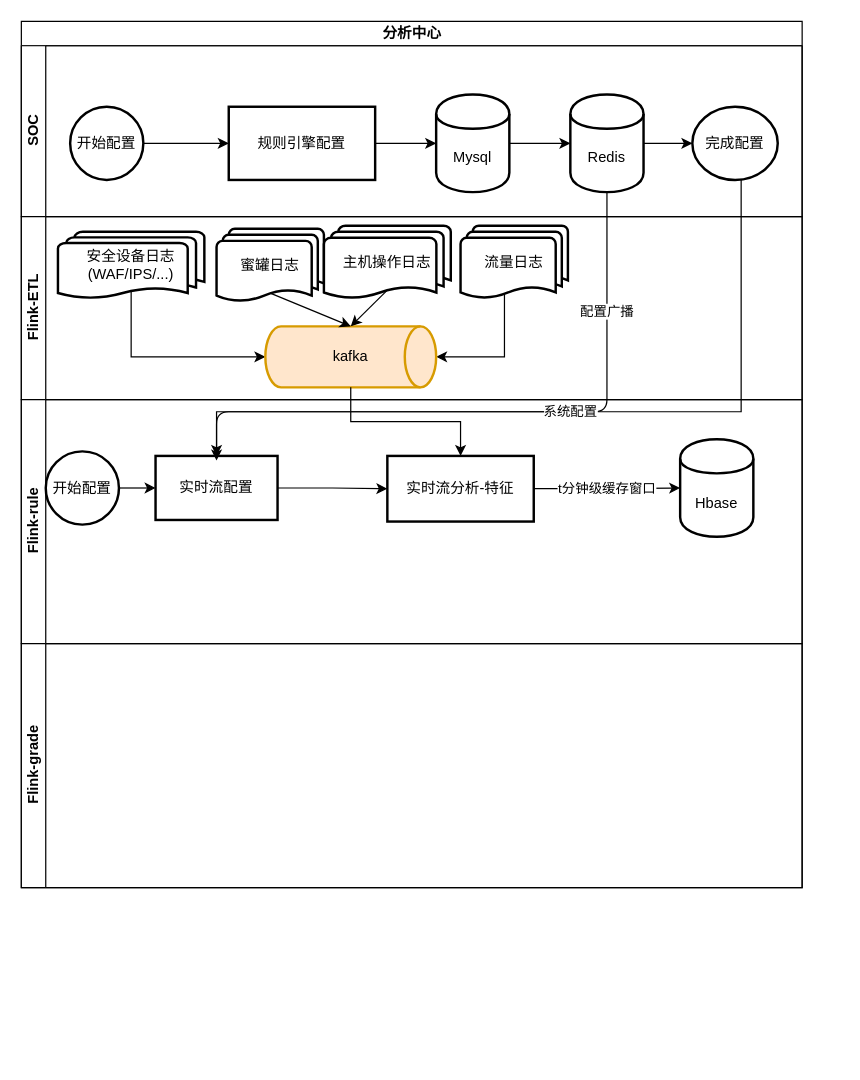
Before: 分析模块流程.drawio in liujianqun/draw, a draw.io diagram. Source tidied: cells renumbered, new cells numbered last; positions are measured from the earlier drawing's top-left corner, leaving out a move shared by most shapes. Both pictures are drawn from the tidied source at 122%, with x=0, y=0 at pixel (21, 21).
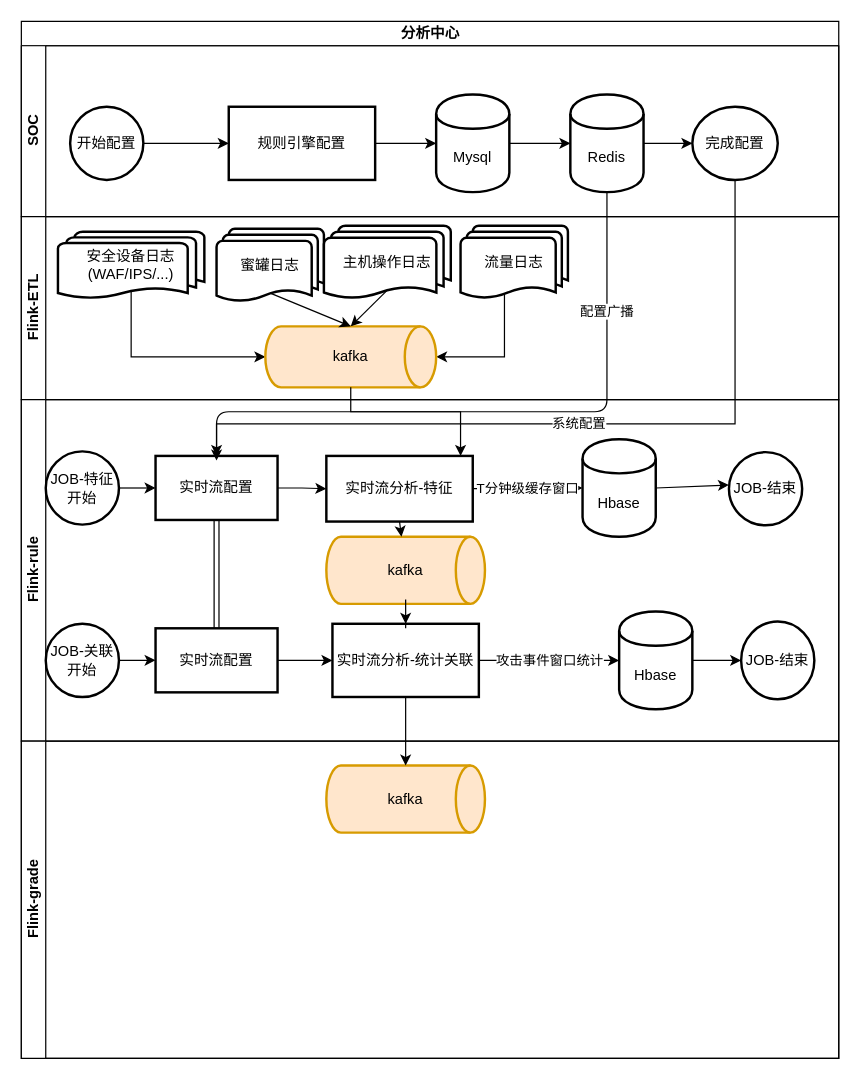
The same page after the edit.

Commit message (it also covers changes not shown here):
Update 分析模块流程.drawio

The change refers to these unchanged cells:
```xml
<mxCell id="6" value="Redis" style="shape=cylinder;whiteSpace=wrap;html=1;boundedLbl=1;backgroundOutline=1;strokeWidth=2;" parent="3" vertex="1">
  <mxGeometry x="450" y="40" width="60" height="80" as="geometry" />
</mxCell>
<mxCell id="11" value="完成配置" style="ellipse;whiteSpace=wrap;html=1;strokeWidth=2;" parent="3" vertex="1">
  <mxGeometry x="550" y="50" width="70" height="60" as="geometry" />
</mxCell>
<mxCell id="20" value="kafka" style="strokeWidth=2;html=1;shape=mxgraph.flowchart.direct_data;whiteSpace=wrap;fillColor=#ffe6cc;strokeColor=#d79b00;labelBackgroundColor=none;shadow=0;sketch=0;" parent="13" vertex="1">
  <mxGeometry x="200" y="90" width="140" height="50" as="geometry" />
</mxCell>
<mxCell id="29" value="实时流配置" style="whiteSpace=wrap;html=1;strokeWidth=2;" parent="23" vertex="1">
  <mxGeometry x="110" y="46.2" width="100" height="52.5" as="geometry" />
</mxCell>
```

Diff of the diagram source:
```diff
@@
     <mxCell id="2" value="分析中心" style="swimlane;html=1;horizontal=1;startSize=20;" parent="1" vertex="1">
-      <mxGeometry width="640" height="710" as="geometry" />
+      <mxGeometry width="670" height="850" as="geometry" />
     </mxCell>
     <mxCell id="3" value="SOC" style="swimlane;html=1;startSize=20;horizontal=0;" parent="2" vertex="1">
-      <mxGeometry y="20" width="640" height="140" as="geometry" />
+      <mxGeometry y="20" width="670" height="140" as="geometry" />
     </mxCell>
@@
     <mxCell id="13" value="Flink-ETL" style="swimlane;html=1;startSize=20;horizontal=0;" parent="2" vertex="1">
-      <mxGeometry y="160" width="640" height="150" as="geometry" />
+      <mxGeometry y="160" width="670" height="150" as="geometry" />
     </mxCell>
@@
+    <mxCell id="32" style="edgeStyle=orthogonalEdgeStyle;rounded=0;jettySize=auto;html=1;" parent="2" edge="1" source="20" target="24">
+      <mxGeometry relative="1" as="geometry">
+        <Array as="points">
+          <mxPoint x="270" y="320" />
+          <mxPoint x="360" y="320" />
+        </Array>
+      </mxGeometry>
+    </mxCell>
+    <mxCell id="33" style="endArrow=classic;html=1;exitX=0.5;exitY=1;exitDx=0;exitDy=0;entryX=0.5;entryY=0;entryDx=0;entryDy=0;" parent="2" edge="1" source="6" target="29">
+      <mxGeometry relative="1" as="geometry">
+        <Array as="points">
+          <mxPoint x="480" y="320" />
+          <mxPoint x="160" y="320" />
+        </Array>
+      </mxGeometry>
+    </mxCell>
+    <mxCell id="34" value="配置广播" style="edgeLabel;html=1;align=center;verticalAlign=middle;" parent="33" vertex="1">
+      <mxGeometry x="-0.64" y="-1" relative="1" as="geometry" />
+    </mxCell>
     <mxCell id="23" value="Flink-rule" style="swimlane;html=1;startSize=20;horizontal=0;" parent="2" vertex="1">
-      <mxGeometry y="310" width="640" height="200" as="geometry" />
+      <mxGeometry y="310" width="670" height="280" as="geometry" />
     </mxCell>
     <mxCell id="24" value="实时流分析-特征" style="whiteSpace=wrap;html=1;strokeWidth=2;" parent="23" vertex="1">
-      <mxGeometry x="300" y="46.2" width="120" height="53.8" as="geometry" />
+      <mxGeometry x="250" y="46.2" width="120" height="53.8" as="geometry" />
     </mxCell>
     <mxCell id="25" value="Hbase" style="shape=cylinder;whiteSpace=wrap;html=1;boundedLbl=1;backgroundOutline=1;strokeWidth=2;" parent="23" vertex="1">
-      <mxGeometry x="540" y="32.5" width="60" height="80" as="geometry" />
+      <mxGeometry x="460" y="32.5" width="60" height="80" as="geometry" />
     </mxCell>
-    <mxCell id="26" value="t分钟级缓存窗口" style="edgeStyle=orthogonalEdgeStyle;rounded=0;jettySize=auto;html=1;" parent="23" edge="1" source="24" target="25">
+    <mxCell id="26" value="T分钟级缓存窗口" style="edgeStyle=orthogonalEdgeStyle;rounded=0;jettySize=auto;html=1;" parent="23" edge="1" source="24" target="25">
       <mxGeometry relative="1" as="geometry" />
     </mxCell>
-    <mxCell id="27" value="开始配置" style="strokeWidth=2;html=1;shape=mxgraph.flowchart.start_2;whiteSpace=wrap;" parent="23" vertex="1">
+    <mxCell id="27" value="JOB-特征开始" style="strokeWidth=2;html=1;shape=mxgraph.flowchart.start_2;whiteSpace=wrap;" parent="23" vertex="1">
       <mxGeometry x="20" y="42.5" width="60" height="60" as="geometry" />
     </mxCell>
@@
+    <mxCell id="36" value="kafka" style="strokeWidth=2;html=1;shape=mxgraph.flowchart.direct_data;whiteSpace=wrap;fillColor=#ffe6cc;strokeColor=#d79b00;labelBackgroundColor=none;shadow=0;sketch=0;" parent="23" vertex="1">
+      <mxGeometry x="250" y="112.5" width="130" height="55" as="geometry" />
+    </mxCell>
+    <mxCell id="37" style="endArrow=classic;html=1;exitX=0.5;exitY=1;exitDx=0;exitDy=0;" parent="23" edge="1" source="24" target="36">
+      <mxGeometry relative="1" as="geometry" />
+    </mxCell>
+    <mxCell id="38" value="攻击事件窗口统计" style="edgeStyle=orthogonalEdgeStyle;rounded=0;jettySize=auto;html=1;entryX=0;entryY=0.5;entryDx=0;entryDy=0;" parent="23" edge="1" source="39" target="48">
+      <mxGeometry relative="1" as="geometry" />
+    </mxCell>
+    <mxCell id="39" value="实时流分析-统计关联" style="whiteSpace=wrap;html=1;shadow=0;strokeWidth=2;sketch=0;" parent="23" vertex="1">
+      <mxGeometry x="255" y="183.8" width="120" height="60" as="geometry" />
+    </mxCell>
+    <mxCell id="40" style="edgeStyle=orthogonalEdgeStyle;rounded=0;jettySize=auto;html=1;" parent="23" edge="1" source="36" target="39">
+      <mxGeometry relative="1" as="geometry" />
+    </mxCell>
+    <mxCell id="41" value="JOB-结束" style="strokeWidth=2;html=1;shape=mxgraph.flowchart.start_2;whiteSpace=wrap;" parent="23" vertex="1">
+      <mxGeometry x="580" y="43.1" width="60" height="60" as="geometry" />
+    </mxCell>
+    <mxCell id="42" style="endArrow=classic;html=1;exitX=1;exitY=0.5;exitDx=0;exitDy=0;" parent="23" edge="1" source="25">
+      <mxGeometry relative="1" as="geometry">
+        <mxPoint x="580" y="70" as="targetPoint" />
+      </mxGeometry>
+    </mxCell>
+    <mxCell id="43" style="edgeStyle=orthogonalEdgeStyle;rounded=0;jettySize=auto;html=1;exitX=1;exitY=0.5;exitDx=0;exitDy=0;exitPerimeter=0;entryX=0;entryY=0.5;entryDx=0;entryDy=0;" parent="23" edge="1" source="44" target="46">
+      <mxGeometry relative="1" as="geometry" />
+    </mxCell>
+    <mxCell id="44" value="JOB-关联开始" style="strokeWidth=2;html=1;shape=mxgraph.flowchart.start_2;whiteSpace=wrap;" parent="23" vertex="1">
+      <mxGeometry x="20" y="183.8" width="60" height="60" as="geometry" />
+    </mxCell>
+    <mxCell id="45" style="edgeStyle=orthogonalEdgeStyle;rounded=0;jettySize=auto;html=1;entryX=0;entryY=0.5;entryDx=0;entryDy=0;" parent="23" edge="1" source="46" target="39">
+      <mxGeometry relative="1" as="geometry" />
+    </mxCell>
+    <mxCell id="46" value="实时流配置" style="whiteSpace=wrap;html=1;strokeWidth=2;" parent="23" vertex="1">
+      <mxGeometry x="110" y="187.5" width="100" height="52.5" as="geometry" />
+    </mxCell>
+    <mxCell id="47" style="endArrow=classic;html=1;shape=link;entryX=0.5;entryY=1;entryDx=0;entryDy=0;exitX=0.5;exitY=0;exitDx=0;exitDy=0;" parent="23" edge="1" source="46" target="29">
+      <mxGeometry relative="1" as="geometry" />
+    </mxCell>
+    <mxCell id="48" value="Hbase" style="shape=cylinder;whiteSpace=wrap;html=1;boundedLbl=1;backgroundOutline=1;strokeWidth=2;" parent="23" vertex="1">
+      <mxGeometry x="490" y="173.8" width="60" height="80" as="geometry" />
+    </mxCell>
+    <mxCell id="49" value="JOB-结束" style="ellipse;whiteSpace=wrap;html=1;strokeWidth=2;" parent="23" vertex="1">
+      <mxGeometry x="590" y="181.9" width="60" height="63.8" as="geometry" />
+    </mxCell>
+    <mxCell id="50" style="edgeStyle=orthogonalEdgeStyle;rounded=0;jettySize=auto;html=1;" parent="23" edge="1" source="48" target="49">
+      <mxGeometry relative="1" as="geometry" />
+    </mxCell>
     <mxCell id="31" value="Flink-grade" style="swimlane;html=1;startSize=20;horizontal=0;" parent="2" vertex="1">
-      <mxGeometry y="510" width="640" height="200" as="geometry" />
+      <mxGeometry y="590" width="670" height="260" as="geometry" />
     </mxCell>
-    <mxCell id="32" style="edgeStyle=orthogonalEdgeStyle;rounded=0;jettySize=auto;html=1;" parent="2" edge="1" source="20" target="24">
-      <mxGeometry relative="1" as="geometry" />
-    </mxCell>
-    <mxCell id="33" style="endArrow=classic;html=1;exitX=0.5;exitY=1;exitDx=0;exitDy=0;entryX=0.5;entryY=0;entryDx=0;entryDy=0;" parent="2" edge="1" source="6" target="29">
-      <mxGeometry relative="1" as="geometry">
-        <Array as="points">
-          <mxPoint x="480" y="320" />
-          <mxPoint x="160" y="320" />
-        </Array>
-      </mxGeometry>
-    </mxCell>
-    <mxCell id="34" value="配置广播" style="edgeLabel;html=1;align=center;verticalAlign=middle;" parent="33" vertex="1">
-      <mxGeometry x="-0.64" y="-1" relative="1" as="geometry" />
-    </mxCell>
+    <mxCell id="51" value="kafka" style="strokeWidth=2;html=1;shape=mxgraph.flowchart.direct_data;whiteSpace=wrap;fillColor=#ffe6cc;strokeColor=#d79b00;labelBackgroundColor=none;shadow=0;sketch=0;" parent="31" vertex="1">
+      <mxGeometry x="250" y="20" width="130" height="55" as="geometry" />
+    </mxCell>
+    <mxCell id="52" style="edgeStyle=orthogonalEdgeStyle;rounded=0;jettySize=auto;html=1;" parent="2" edge="1" source="39" target="51">
+      <mxGeometry relative="1" as="geometry" />
+    </mxCell>
     <mxCell id="35" value="系统配置" style="edgeStyle=orthogonalEdgeStyle;rounded=0;jettySize=auto;html=1;" parent="1" edge="1" source="11">
       <mxGeometry relative="1" as="geometry">
         <mxPoint x="160" y="360" as="targetPoint" />
         <Array as="points">
-          <mxPoint x="590" y="320" />
-          <mxPoint x="160" y="320" />
+          <mxPoint x="585" y="330" />
+          <mxPoint x="160" y="330" />
         </Array>
       </mxGeometry>
     </mxCell>
```
